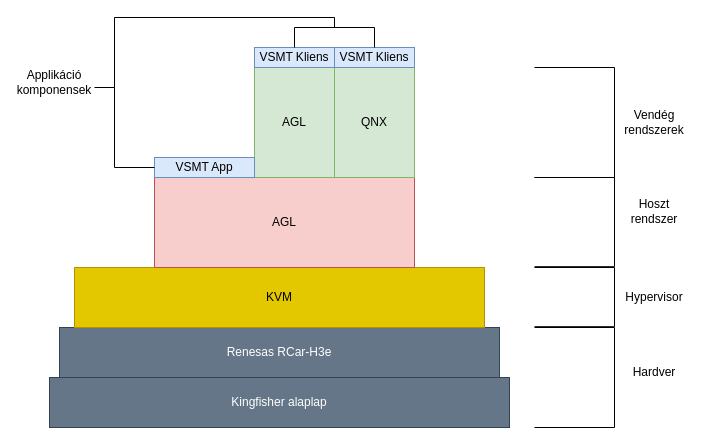
Earlier version of the draw.io diagram page "Page-12" (12 of 12) of VSMT/docs/swa.drawio (BlackTears12/Thesis-VSMT). Source tidied: cells renumbered, new cells numbered last; positions are measured from the earlier drawing's top-left corner, leaving out a move shared by most shapes. Both pictures are drawn from the tidied source at 100%, with x=0, y=0 at pixel (24, 17).
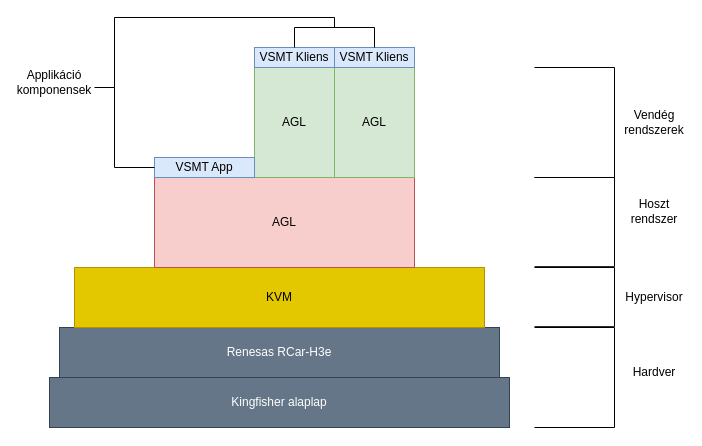
The same diagram, later.

Unchanged cells that the change refers to:
```xml
<mxCell id="5" style="group;" parent="1" vertex="1">
  <mxGeometry x="130" width="260" height="250" as="geometry" />
</mxCell>
```

What changed in the source:
```diff
@@
-    <mxCell id="10" value="QNX" style="rounded=0;whiteSpace=wrap;html=1;fillColor=#d5e8d4;strokeColor=#82b366;" parent="5" vertex="1">
+    <mxCell id="10" value="AGL" style="rounded=0;whiteSpace=wrap;html=1;fillColor=#d5e8d4;strokeColor=#82b366;" parent="5" vertex="1">
       <mxGeometry x="180" y="50" width="80" height="110" as="geometry" />
     </mxCell>
```
